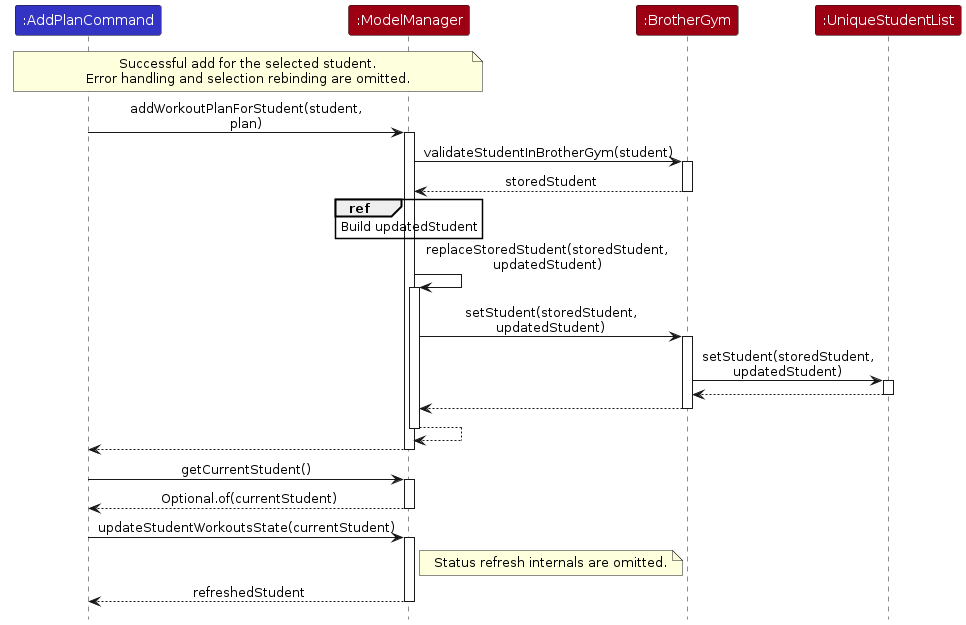
Earlier version of the PlantUML export diagrams/AddPlanBrotherGymUpdateSequenceDiagram.png (AY2627S1-CS2103T-T11-4/tp). Its source is kept beside it as diagrams/AddPlanBrotherGymUpdateSequenceDiagram.puml. Source of this version:
```plantuml
@startuml
!include style.puml
skinparam ArrowFontStyle plain
skinparam maxMessageSize 250

participant ":AddPlanCommand" as Command LOGIC_COLOR
participant ":ModelManager" as Model MODEL_COLOR
participant ":BrotherGym" as BrotherGym MODEL_COLOR
participant ":UniqueStudentList" as Students MODEL_COLOR

note over Command, Model
  Successful add for the selected student.
  Error handling and selection rebinding are omitted.
end note
Command -> Model : addWorkoutPlanForStudent(student, plan)
activate Model
Model -> BrotherGym : validateStudentInBrotherGym(student)
activate BrotherGym
BrotherGym --> Model : storedStudent
deactivate BrotherGym
ref over Model : Build updatedStudent
Model -> Model : replaceStoredStudent(storedStudent, updatedStudent)
activate Model
Model -> BrotherGym : setStudent(storedStudent, updatedStudent)
activate BrotherGym
BrotherGym -> Students : setStudent(storedStudent, updatedStudent)
activate Students
Students --> BrotherGym
deactivate Students
BrotherGym --> Model
deactivate BrotherGym
Model --> Model
deactivate Model
Model --> Command
deactivate Model
Command -> Model : getCurrentStudent()
activate Model
Model --> Command : Optional.of(currentStudent)
deactivate Model
Command -> Model : updateStudentWorkoutsState(currentStudent)
activate Model
note right of Model : Status refresh internals are omitted.
Model --> Command : refreshedStudent
deactivate Model
@enduml
```
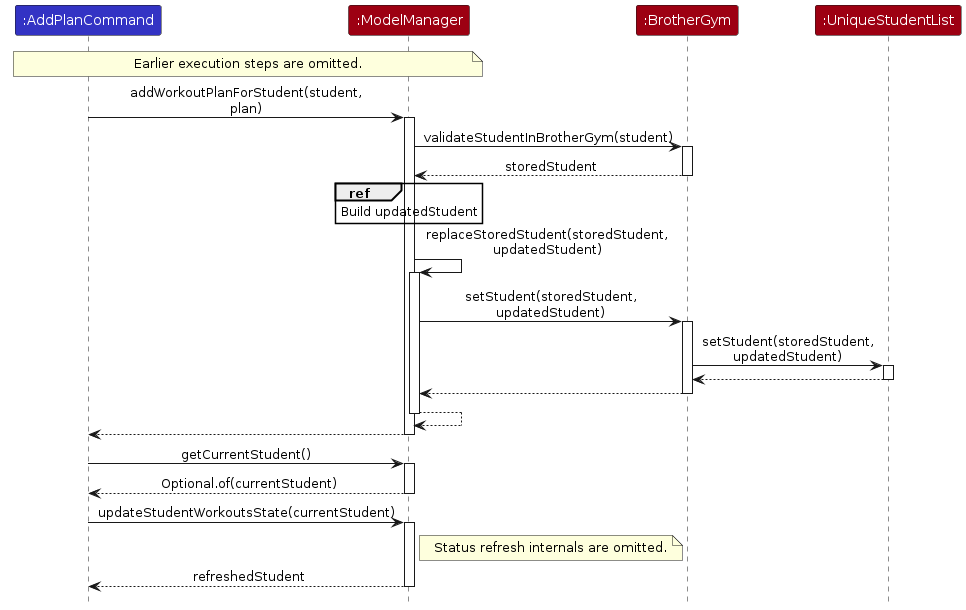
After the commit.

Diff of the diagram source:
```diff
@@ -9,8 +9,7 @@
 participant ":UniqueStudentList" as Students MODEL_COLOR
 
 note over Command, Model
-  Successful add for the selected student.
-  Error handling and selection rebinding are omitted.
+  Earlier execution steps are omitted.
 end note
 Command -> Model : addWorkoutPlanForStudent(student, plan)
 activate Model
```
